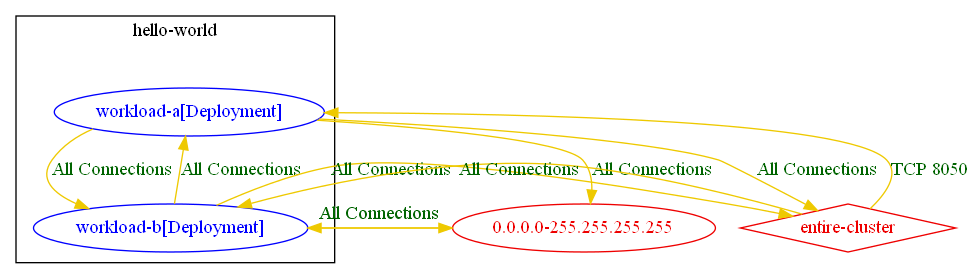
Earlier version of the Graphviz export test_outputs/connlist/exposure_test_matched_and_unmatched_rules_connlist_output.dot.png (np-guard/netpol-analyzer). Its source is kept beside it as test_outputs/connlist/exposure_test_matched_and_unmatched_rules_connlist_output.dot.
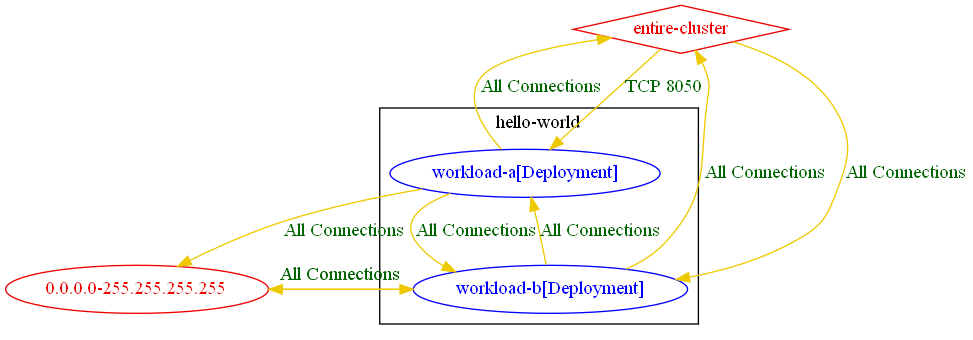
After the change.

What changed in the source:
```diff
@@ -9,12 +9,12 @@
 	"0.0.0.0-255.255.255.255" [label="0.0.0.0-255.255.255.255" color="red2" fontcolor="red2"]
 	"entire-cluster" [label="entire-cluster" color="red2" fontcolor="red2" shape=diamond]
 	"0.0.0.0-255.255.255.255" -> "hello-world/workload-b[Deployment]" [label="All Connections" color="gold2" fontcolor="darkgreen"]
-	"entire-cluster" -> "hello-world/workload-a[Deployment]" [label="TCP 8050" color="gold2" fontcolor="darkgreen"]
-	"entire-cluster" -> "hello-world/workload-b[Deployment]" [label="All Connections" color="gold2" fontcolor="darkgreen"]
+	"entire-cluster" -> "hello-world/workload-a[Deployment]" [label="TCP 8050" color="gold2" fontcolor="darkgreen" weight=1]
+	"entire-cluster" -> "hello-world/workload-b[Deployment]" [label="All Connections" color="gold2" fontcolor="darkgreen" weight=1]
 	"hello-world/workload-a[Deployment]" -> "0.0.0.0-255.255.255.255" [label="All Connections" color="gold2" fontcolor="darkgreen"]
-	"hello-world/workload-a[Deployment]" -> "entire-cluster" [label="All Connections" color="gold2" fontcolor="darkgreen"]
+	"hello-world/workload-a[Deployment]" -> "entire-cluster" [label="All Connections" color="gold2" fontcolor="darkgreen" weight=0.5]
 	"hello-world/workload-a[Deployment]" -> "hello-world/workload-b[Deployment]" [label="All Connections" color="gold2" fontcolor="darkgreen"]
 	"hello-world/workload-b[Deployment]" -> "0.0.0.0-255.255.255.255" [label="All Connections" color="gold2" fontcolor="darkgreen"]
-	"hello-world/workload-b[Deployment]" -> "entire-cluster" [label="All Connections" color="gold2" fontcolor="darkgreen"]
+	"hello-world/workload-b[Deployment]" -> "entire-cluster" [label="All Connections" color="gold2" fontcolor="darkgreen" weight=0.5]
 	"hello-world/workload-b[Deployment]" -> "hello-world/workload-a[Deployment]" [label="All Connections" color="gold2" fontcolor="darkgreen"]
 }
```
